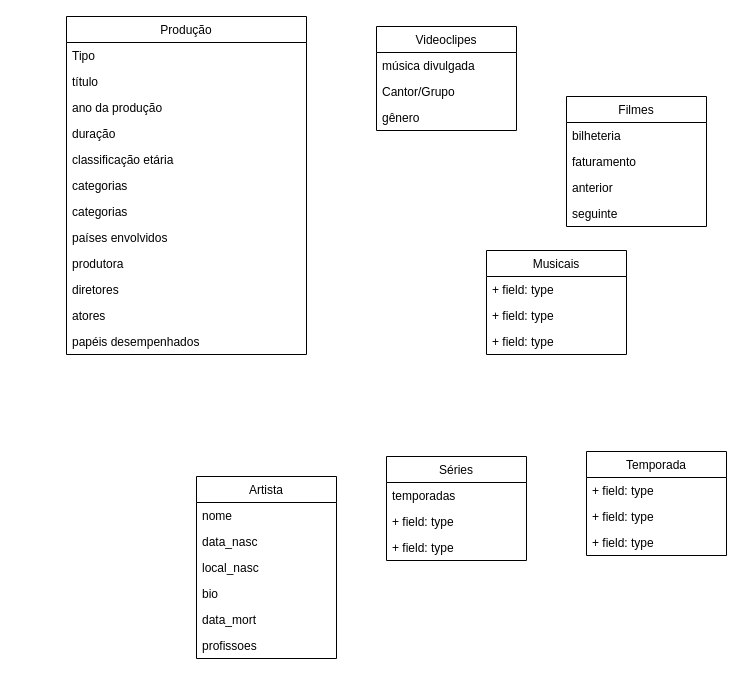
Before: Exercício 5/Exercício_5.drawio in MateusdosAnjos/MAC0439, a draw.io diagram. Source tidied: cells renumbered, new cells numbered last; positions are measured from the earlier drawing's top-left corner, leaving out a move shared by most shapes. Both pictures are drawn from the tidied source at 100%, with x=0, y=0 at pixel (66, 16).
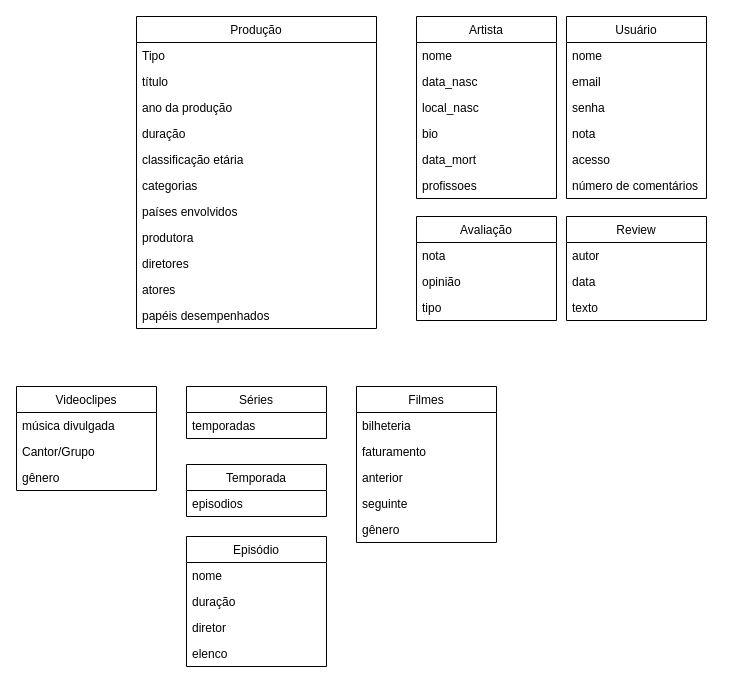
The same page after the edit.

What changed in the source:
```diff
@@
     <mxCell id="2" value="Produção" style="swimlane;fontStyle=0;horizontal=1;startSize=26;fillColor=none;" parent="1" vertex="1">
-      <mxGeometry width="240" height="338" as="geometry" />
+      <mxGeometry x="70" width="240" height="312" as="geometry" />
     </mxCell>
@@
-    <mxCell id="9" value="categorias" style="text;strokeColor=none;fillColor=none;align=left;verticalAlign=top;spacingLeft=4;spacingRight=4;overflow=hidden;" parent="2" vertex="1">
-      <mxGeometry y="182" width="240" height="26" as="geometry" />
-    </mxCell>
     <mxCell id="10" value="países   envolvidos" style="text;strokeColor=none;fillColor=none;align=left;verticalAlign=top;spacingLeft=4;spacingRight=4;overflow=hidden;" parent="2" vertex="1">
-      <mxGeometry y="208" width="240" height="26" as="geometry" />
+      <mxGeometry y="182" width="240" height="26" as="geometry" />
     </mxCell>
     <mxCell id="11" value="produtora" style="text;strokeColor=none;fillColor=none;align=left;verticalAlign=top;spacingLeft=4;spacingRight=4;overflow=hidden;" parent="2" vertex="1">
-      <mxGeometry y="234" width="240" height="26" as="geometry" />
+      <mxGeometry y="208" width="240" height="26" as="geometry" />
     </mxCell>
     <mxCell id="12" value="diretores" style="text;strokeColor=none;fillColor=none;align=left;verticalAlign=top;spacingLeft=4;spacingRight=4;overflow=hidden;" parent="2" vertex="1">
-      <mxGeometry y="260" width="240" height="26" as="geometry" />
+      <mxGeometry y="234" width="240" height="26" as="geometry" />
     </mxCell>
     <mxCell id="13" value="atores" style="text;strokeColor=none;fillColor=none;align=left;verticalAlign=top;spacingLeft=4;spacingRight=4;overflow=hidden;" parent="2" vertex="1">
-      <mxGeometry y="286" width="240" height="26" as="geometry" />
+      <mxGeometry y="260" width="240" height="26" as="geometry" />
     </mxCell>
     <mxCell id="14" value="papéis desempenhados" style="text;strokeColor=none;fillColor=none;align=left;verticalAlign=top;spacingLeft=4;spacingRight=4;overflow=hidden;" parent="2" vertex="1">
-      <mxGeometry y="312" width="240" height="26" as="geometry" />
+      <mxGeometry y="286" width="240" height="26" as="geometry" />
     </mxCell>
     <mxCell id="15" value="Filmes" style="swimlane;fontStyle=0;horizontal=1;startSize=26;fillColor=none;" parent="1" vertex="1">
-      <mxGeometry x="500" y="80" width="140" height="130" as="geometry" />
+      <mxGeometry x="290" y="370" width="140" height="156" as="geometry" />
     </mxCell>
@@
+    <mxCell id="43" value="gênero" style="text;strokeColor=none;fillColor=none;align=left;verticalAlign=top;spacingLeft=4;spacingRight=4;overflow=hidden;" parent="15" vertex="1">
+      <mxGeometry y="130" width="140" height="26" as="geometry" />
+    </mxCell>
     <mxCell id="20" value="Séries" style="swimlane;fontStyle=0;horizontal=1;startSize=26;fillColor=none;" parent="1" vertex="1">
-      <mxGeometry x="320" y="440" width="140" height="104" as="geometry" />
+      <mxGeometry x="120" y="370" width="140" height="52" as="geometry" />
     </mxCell>
@@
-    <mxCell id="22" value="+ field: type" style="text;strokeColor=none;fillColor=none;align=left;verticalAlign=top;spacingLeft=4;spacingRight=4;overflow=hidden;" parent="20" vertex="1">
-      <mxGeometry y="52" width="140" height="26" as="geometry" />
-    </mxCell>
-    <mxCell id="23" value="+ field: type" style="text;strokeColor=none;fillColor=none;align=left;verticalAlign=top;spacingLeft=4;spacingRight=4;overflow=hidden;" parent="20" vertex="1">
-      <mxGeometry y="78" width="140" height="26" as="geometry" />
-    </mxCell>
     <mxCell id="24" value=" Videoclipes" style="swimlane;fontStyle=0;horizontal=1;startSize=26;fillColor=none;" parent="1" vertex="1">
-      <mxGeometry x="310" y="10" width="140" height="104" as="geometry" />
+      <mxGeometry x="-50" y="370" width="140" height="104" as="geometry" />
     </mxCell>
@@
-    <mxCell id="28" value=" Musicais" style="swimlane;fontStyle=0;horizontal=1;startSize=26;fillColor=none;" parent="1" vertex="1">
-      <mxGeometry x="420" y="234" width="140" height="104" as="geometry" />
-    </mxCell>
-    <mxCell id="29" value="+ field: type" style="text;strokeColor=none;fillColor=none;align=left;verticalAlign=top;spacingLeft=4;spacingRight=4;overflow=hidden;" parent="28" vertex="1">
-      <mxGeometry y="26" width="140" height="26" as="geometry" />
-    </mxCell>
-    <mxCell id="30" value="+ field: type" style="text;strokeColor=none;fillColor=none;align=left;verticalAlign=top;spacingLeft=4;spacingRight=4;overflow=hidden;" parent="28" vertex="1">
-      <mxGeometry y="52" width="140" height="26" as="geometry" />
-    </mxCell>
-    <mxCell id="31" value="+ field: type" style="text;strokeColor=none;fillColor=none;align=left;verticalAlign=top;spacingLeft=4;spacingRight=4;overflow=hidden;" parent="28" vertex="1">
-      <mxGeometry y="78" width="140" height="26" as="geometry" />
-    </mxCell>
     <mxCell id="32" value="Temporada" style="swimlane;fontStyle=0;horizontal=1;startSize=26;fillColor=none;" parent="1" vertex="1">
-      <mxGeometry x="520" y="435" width="140" height="104" as="geometry" />
+      <mxGeometry x="120" y="448" width="140" height="52" as="geometry" />
     </mxCell>
-    <mxCell id="33" value="+ field: type" style="text;strokeColor=none;fillColor=none;align=left;verticalAlign=top;spacingLeft=4;spacingRight=4;overflow=hidden;" parent="32" vertex="1">
+    <mxCell id="33" value="episodios" style="text;strokeColor=none;fillColor=none;align=left;verticalAlign=top;spacingLeft=4;spacingRight=4;overflow=hidden;" parent="32" vertex="1">
       <mxGeometry y="26" width="140" height="26" as="geometry" />
     </mxCell>
-    <mxCell id="34" value="+ field: type" style="text;strokeColor=none;fillColor=none;align=left;verticalAlign=top;spacingLeft=4;spacingRight=4;overflow=hidden;" parent="32" vertex="1">
-      <mxGeometry y="52" width="140" height="26" as="geometry" />
-    </mxCell>
-    <mxCell id="35" value="+ field: type" style="text;strokeColor=none;fillColor=none;align=left;verticalAlign=top;spacingLeft=4;spacingRight=4;overflow=hidden;" parent="32" vertex="1">
-      <mxGeometry y="78" width="140" height="26" as="geometry" />
-    </mxCell>
     <mxCell id="36" value="Artista" style="swimlane;fontStyle=0;horizontal=1;startSize=26;fillColor=none;" parent="1" vertex="1">
-      <mxGeometry x="130" y="460" width="140" height="182" as="geometry" />
+      <mxGeometry x="350" width="140" height="182" as="geometry" />
     </mxCell>
@@
+    <mxCell id="44" value="Avaliação" style="swimlane;fontStyle=0;horizontal=1;startSize=26;fillColor=none;" parent="1" vertex="1">
+      <mxGeometry x="350" y="200" width="140" height="104" as="geometry" />
+    </mxCell>
+    <mxCell id="45" value="nota" style="text;strokeColor=none;fillColor=none;align=left;verticalAlign=top;spacingLeft=4;spacingRight=4;overflow=hidden;" parent="44" vertex="1">
+      <mxGeometry y="26" width="140" height="26" as="geometry" />
+    </mxCell>
+    <mxCell id="46" value="opinião" style="text;strokeColor=none;fillColor=none;align=left;verticalAlign=top;spacingLeft=4;spacingRight=4;overflow=hidden;" parent="44" vertex="1">
+      <mxGeometry y="52" width="140" height="26" as="geometry" />
+    </mxCell>
+    <mxCell id="47" value="tipo" style="text;strokeColor=none;fillColor=none;align=left;verticalAlign=top;spacingLeft=4;spacingRight=4;overflow=hidden;" parent="44" vertex="1">
+      <mxGeometry y="78" width="140" height="26" as="geometry" />
+    </mxCell>
+    <mxCell id="48" value="Usuário" style="swimlane;fontStyle=0;horizontal=1;startSize=26;fillColor=none;" parent="1" vertex="1">
+      <mxGeometry x="500" width="140" height="182" as="geometry" />
+    </mxCell>
+    <mxCell id="49" value="nome" style="text;strokeColor=none;fillColor=none;align=left;verticalAlign=top;spacingLeft=4;spacingRight=4;overflow=hidden;" parent="48" vertex="1">
+      <mxGeometry y="26" width="140" height="26" as="geometry" />
+    </mxCell>
+    <mxCell id="50" value="email" style="text;strokeColor=none;fillColor=none;align=left;verticalAlign=top;spacingLeft=4;spacingRight=4;overflow=hidden;" parent="48" vertex="1">
+      <mxGeometry y="52" width="140" height="26" as="geometry" />
+    </mxCell>
+    <mxCell id="51" value="senha" style="text;strokeColor=none;fillColor=none;align=left;verticalAlign=top;spacingLeft=4;spacingRight=4;overflow=hidden;" parent="48" vertex="1">
+      <mxGeometry y="78" width="140" height="26" as="geometry" />
+    </mxCell>
+    <mxCell id="52" value="nota" style="text;strokeColor=none;fillColor=none;align=left;verticalAlign=top;spacingLeft=4;spacingRight=4;overflow=hidden;" parent="48" vertex="1">
+      <mxGeometry y="104" width="140" height="26" as="geometry" />
+    </mxCell>
+    <mxCell id="53" value="acesso" style="text;strokeColor=none;fillColor=none;align=left;verticalAlign=top;spacingLeft=4;spacingRight=4;overflow=hidden;" parent="48" vertex="1">
+      <mxGeometry y="130" width="140" height="26" as="geometry" />
+    </mxCell>
+    <mxCell id="54" value="número de comentários" style="text;strokeColor=none;fillColor=none;align=left;verticalAlign=top;spacingLeft=4;spacingRight=4;overflow=hidden;" parent="48" vertex="1">
+      <mxGeometry y="156" width="140" height="26" as="geometry" />
+    </mxCell>
+    <mxCell id="55" value="Episódio" style="swimlane;fontStyle=0;horizontal=1;startSize=26;fillColor=none;" parent="1" vertex="1">
+      <mxGeometry x="120" y="520" width="140" height="130" as="geometry" />
+    </mxCell>
+    <mxCell id="56" value="nome" style="text;strokeColor=none;fillColor=none;align=left;verticalAlign=top;spacingLeft=4;spacingRight=4;overflow=hidden;" parent="55" vertex="1">
+      <mxGeometry y="26" width="140" height="26" as="geometry" />
+    </mxCell>
+    <mxCell id="57" value="duração" style="text;strokeColor=none;fillColor=none;align=left;verticalAlign=top;spacingLeft=4;spacingRight=4;overflow=hidden;" parent="55" vertex="1">
+      <mxGeometry y="52" width="140" height="26" as="geometry" />
+    </mxCell>
+    <mxCell id="58" value="diretor" style="text;strokeColor=none;fillColor=none;align=left;verticalAlign=top;spacingLeft=4;spacingRight=4;overflow=hidden;" parent="55" vertex="1">
+      <mxGeometry y="78" width="140" height="26" as="geometry" />
+    </mxCell>
+    <mxCell id="59" value="elenco" style="text;strokeColor=none;fillColor=none;align=left;verticalAlign=top;spacingLeft=4;spacingRight=4;overflow=hidden;" parent="55" vertex="1">
+      <mxGeometry y="104" width="140" height="26" as="geometry" />
+    </mxCell>
+    <mxCell id="60" value="Review" style="swimlane;fontStyle=0;horizontal=1;startSize=26;fillColor=none;" parent="1" vertex="1">
+      <mxGeometry x="500" y="200" width="140" height="104" as="geometry" />
+    </mxCell>
+    <mxCell id="61" value="autor" style="text;strokeColor=none;fillColor=none;align=left;verticalAlign=top;spacingLeft=4;spacingRight=4;overflow=hidden;" parent="60" vertex="1">
+      <mxGeometry y="26" width="140" height="26" as="geometry" />
+    </mxCell>
+    <mxCell id="62" value="data" style="text;strokeColor=none;fillColor=none;align=left;verticalAlign=top;spacingLeft=4;spacingRight=4;overflow=hidden;" parent="60" vertex="1">
+      <mxGeometry y="52" width="140" height="26" as="geometry" />
+    </mxCell>
+    <mxCell id="63" value="texto" style="text;strokeColor=none;fillColor=none;align=left;verticalAlign=top;spacingLeft=4;spacingRight=4;overflow=hidden;" parent="60" vertex="1">
+      <mxGeometry y="78" width="140" height="26" as="geometry" />
+    </mxCell>
```
